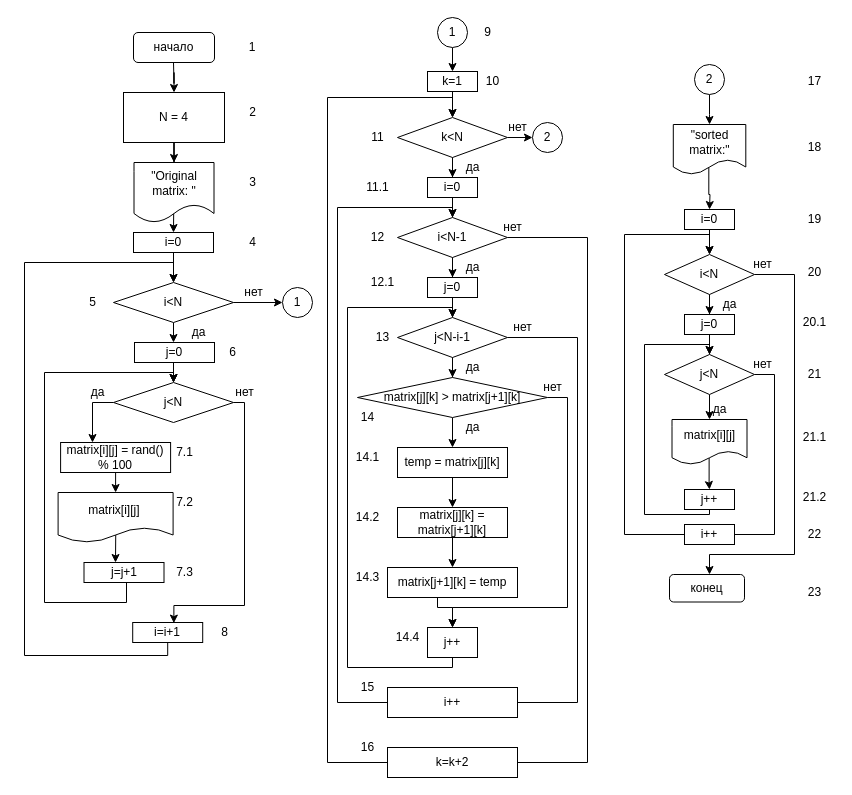
Earlier version of the draw.io diagram 7/7.2.drawio (klep1koff/lifeishard). Source tidied: cells renumbered, new cells numbered last; positions are measured from the earlier drawing's top-left corner, leaving out a move shared by most shapes. Both pictures are drawn from the tidied source at 100%, with x=0, y=0 at pixel (24, 17).
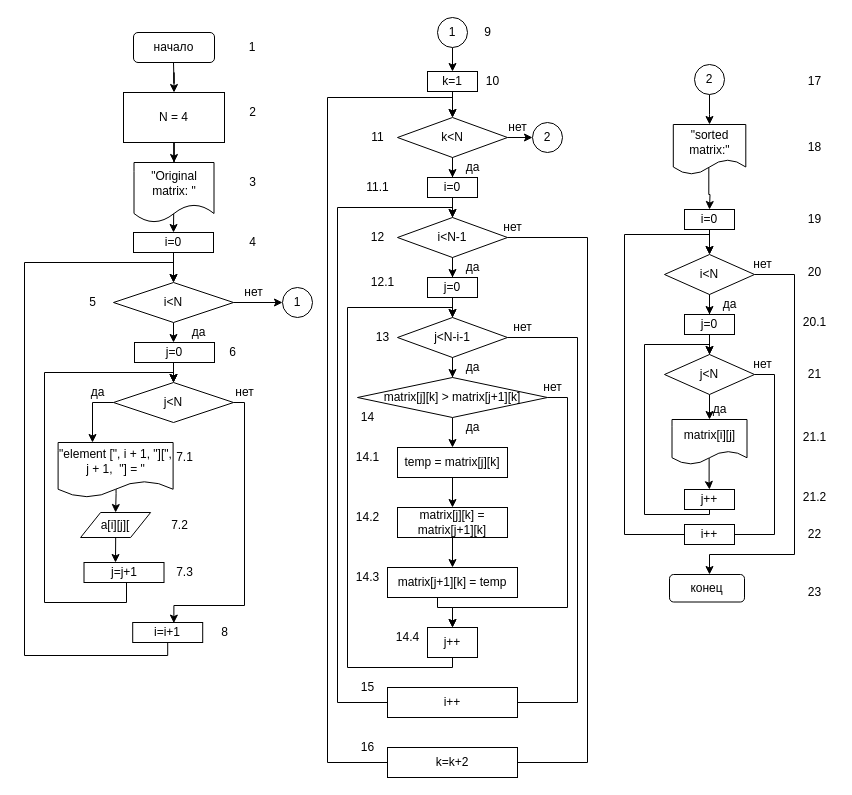
After the change.

What changed in the source:
```diff
@@
-    <mxCell id="16" style="edgeStyle=orthogonalEdgeStyle;rounded=0;jettySize=auto;html=1;exitX=0.501;exitY=0.847;exitDx=0;exitDy=0;exitPerimeter=0;" parent="1" edge="1" source="17">
+    <mxCell id="16" style="edgeStyle=orthogonalEdgeStyle;rounded=0;orthogonalLoop=1;jettySize=auto;html=1;exitX=0.501;exitY=0.847;exitDx=0;exitDy=0;exitPerimeter=0;" parent="1" edge="1">
       <mxGeometry relative="1" as="geometry">
+        <mxPoint x="91.2" y="517.3" as="sourcePoint" />
         <mxPoint x="91" y="545" as="targetPoint" />
       </mxGeometry>
     </mxCell>
-    <mxCell id="17" value="matrix[i][j]&amp;nbsp;" style="shape=document;whiteSpace=wrap;html=1;boundedLbl=1;" parent="1" vertex="1">
-      <mxGeometry x="33.6" y="475" width="115" height="50" as="geometry" />
-    </mxCell>
@@
-    <mxCell id="19" style="edgeStyle=orthogonalEdgeStyle;rounded=0;jettySize=auto;html=1;" parent="1" edge="1" source="20">
+    <mxCell id="19" style="edgeStyle=orthogonalEdgeStyle;rounded=0;jettySize=auto;html=1;entryX=0.5;entryY=0;entryDx=0;entryDy=0;" parent="1" edge="1" target="134">
       <mxGeometry relative="1" as="geometry">
-        <mxPoint x="91" y="475" as="targetPoint" />
+        <mxPoint x="91.1" y="455" as="sourcePoint" />
       </mxGeometry>
     </mxCell>
-    <mxCell id="20" value="matrix[i][j] = rand() % 100" style="whiteSpace=wrap;html=1;" parent="1" vertex="1">
-      <mxGeometry x="36.1" y="425" width="110" height="30" as="geometry" />
-    </mxCell>
@@
     <mxCell id="38" value="7.1" style="text;html=1;align=center;verticalAlign=middle;strokeColor=none;fillColor=none;" parent="1" vertex="1">
-      <mxGeometry x="145" y="425" width="30" height="20" as="geometry" />
+      <mxGeometry x="145" y="430" width="30" height="20" as="geometry" />
     </mxCell>
     <mxCell id="39" value="7.2" style="text;html=1;align=center;verticalAlign=middle;strokeColor=none;fillColor=none;" parent="1" vertex="1">
-      <mxGeometry x="145" y="475" width="30" height="20" as="geometry" />
+      <mxGeometry x="139.5" y="497.5" width="30" height="20" as="geometry" />
     </mxCell>
@@
+    <mxCell id="133" value="&quot;element [&quot;, i + 1, &quot;][&quot;, j + 1,&amp;nbsp; &quot;] = &quot;" style="shape=document;whiteSpace=wrap;html=1;boundedLbl=1;" parent="1" vertex="1">
+      <mxGeometry x="33.6" y="425" width="115" height="55" as="geometry" />
+    </mxCell>
+    <mxCell id="134" value="a[i][j][" style="shape=parallelogram;perimeter=parallelogramPerimeter;whiteSpace=wrap;html=1;fixedSize=1;" parent="1" vertex="1">
+      <mxGeometry x="56.1" y="495" width="70" height="25" as="geometry" />
+    </mxCell>
```
